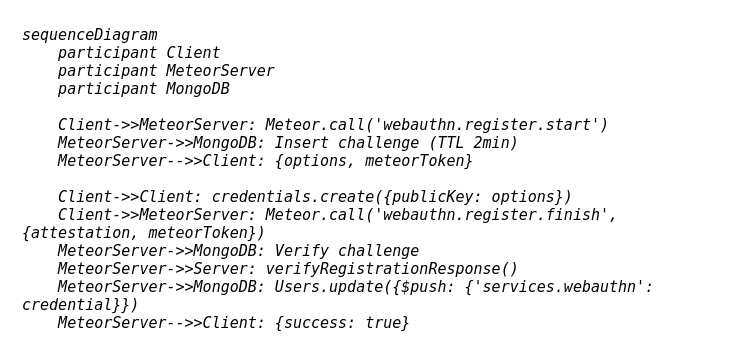
Above: Untitled Diagram.drawio in connectshruti/draw-io-webauthn (draw.io), before the change. Source tidied: cells renumbered, new cells numbered last; positions are measured from the earlier drawing's top-left corner, leaving out a move shared by most shapes. Both pictures are drawn from the tidied source at 100%, with x=0, y=0 at pixel (17, 17).
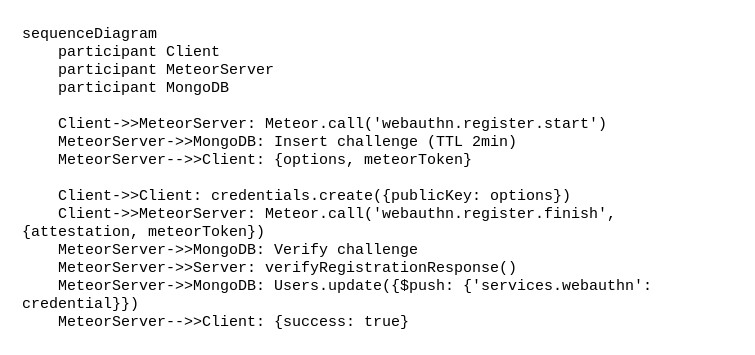
After the change.

What changed in the source:
```diff
@@
 <mxGraphModel>
   <root>
     <mxCell id="0" />
     <mxCell id="1" parent="0" />
-    <mxCell id="2" value="sequenceDiagram&#10;    participant Client&#10;    participant MeteorServer&#10;    participant MongoDB&#10;    &#10;    Client-&gt;&gt;MeteorServer: Meteor.call('webauthn.register.start')&#10;    MeteorServer-&gt;&gt;MongoDB: Insert challenge (TTL 2min)&#10;    MeteorServer--&gt;&gt;Client: {options, meteorToken}&#10;    &#10;    Client-&gt;&gt;Client: credentials.create({publicKey: options})&#10;    Client-&gt;&gt;MeteorServer: Meteor.call('webauthn.register.finish', {attestation, meteorToken})&#10;    MeteorServer-&gt;&gt;MongoDB: Verify challenge&#10;    MeteorServer-&gt;&gt;Server: verifyRegistrationResponse()&#10;    MeteorServer-&gt;&gt;MongoDB: Users.update({$push: {'services.webauthn': credential}})&#10;    MeteorServer--&gt;&gt;Client: {success: true}" style="text;whiteSpace=wrap;strokeColor=light-dark(transparent,#E6E6E6);textShadow=0;fontStyle=2;spacingTop=1;spacing=5;verticalAlign=bottom;labelBackgroundColor=default;horizontal=1;fontSize=15;fontFamily=Lucida Console;" parent="1" vertex="1">
+    <mxCell id="2" value="sequenceDiagram&#10;    participant Client&#10;    participant MeteorServer&#10;    participant MongoDB&#10;    &#10;    Client-&gt;&gt;MeteorServer: Meteor.call('webauthn.register.start')&#10;    MeteorServer-&gt;&gt;MongoDB: Insert challenge (TTL 2min)&#10;    MeteorServer--&gt;&gt;Client: {options, meteorToken}&#10;    &#10;    Client-&gt;&gt;Client: credentials.create({publicKey: options})&#10;    Client-&gt;&gt;MeteorServer: Meteor.call('webauthn.register.finish', {attestation, meteorToken})&#10;    MeteorServer-&gt;&gt;MongoDB: Verify challenge&#10;    MeteorServer-&gt;&gt;Server: verifyRegistrationResponse()&#10;    MeteorServer-&gt;&gt;MongoDB: Users.update({$push: {'services.webauthn': credential}})&#10;    MeteorServer--&gt;&gt;Client: {success: true}" style="text;whiteSpace=wrap;strokeColor=light-dark(transparent,#E6E6E6);textShadow=0;fontStyle=0;spacingTop=1;spacing=5;verticalAlign=bottom;labelBackgroundColor=default;horizontal=1;fontSize=15;fontFamily=Courier New;" parent="1" vertex="1">
       <mxGeometry width="720" height="320" as="geometry" />
     </mxCell>
   </root>
 </mxGraphModel>
```
